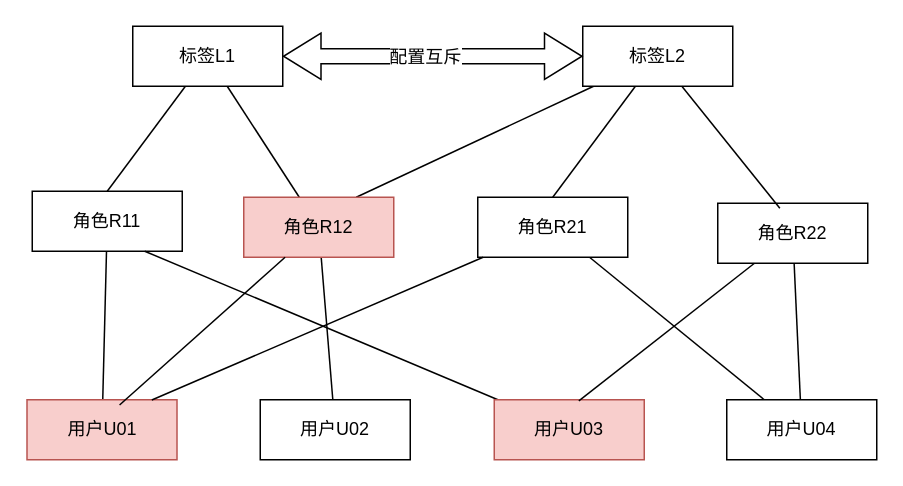
This is 铁塔4A2025.drawio from 158698706/tt4a, a draw.io file, before an edit. Source tidied: cells renumbered, new cells numbered last; positions are measured from the earlier drawing's top-left corner, leaving out a move shared by most shapes. Both pictures are drawn from the tidied source at 150%, with x=0, y=0 at pixel (27, 26).
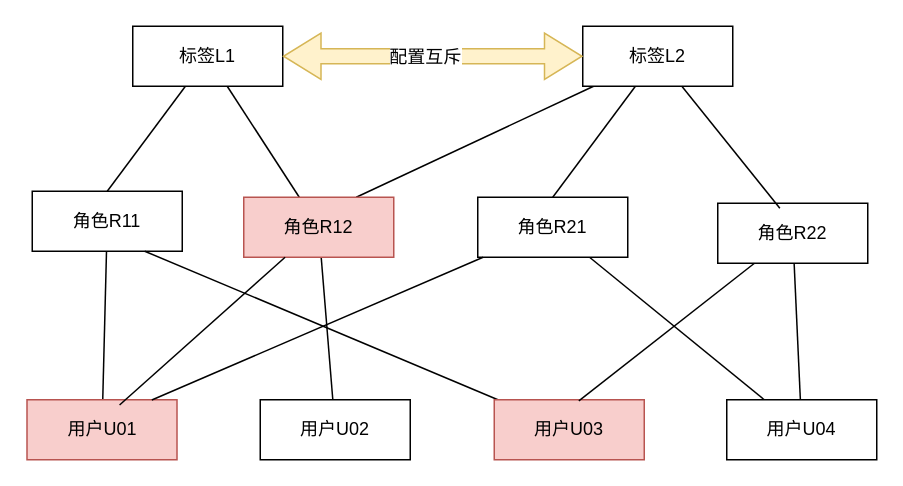
The same page after the edit.

The change refers to these unchanged cells:
```xml
<mxCell id="4" value="标签L1" style="whiteSpace=wrap;html=1;align=center;" parent="1" vertex="1">
  <mxGeometry x="70" width="100" height="40" as="geometry" />
</mxCell>
<mxCell id="7" value="标签L2" style="whiteSpace=wrap;html=1;align=center;" parent="1" vertex="1">
  <mxGeometry x="370" width="100" height="40" as="geometry" />
</mxCell>
```

Change to the diagram source:
```diff
@@
-    <mxCell id="25" style="shape=flexArrow;endArrow=classic;startArrow=classic;html=1;rounded=0;fontSize=12;startSize=8;endSize=8;curved=1;entryX=0;entryY=0.5;entryDx=0;entryDy=0;exitX=1;exitY=0.5;exitDx=0;exitDy=0;" parent="1" edge="1" source="4" target="7">
+    <mxCell id="25" style="shape=flexArrow;endArrow=classic;startArrow=classic;html=1;rounded=0;fontSize=12;startSize=8;endSize=8;curved=1;entryX=0;entryY=0.5;entryDx=0;entryDy=0;exitX=1;exitY=0.5;exitDx=0;exitDy=0;fillColor=#fff2cc;strokeColor=#d6b656;" parent="1" edge="1" source="4" target="7">
       <mxGeometry relative="1" as="geometry" />
     </mxCell>
```
